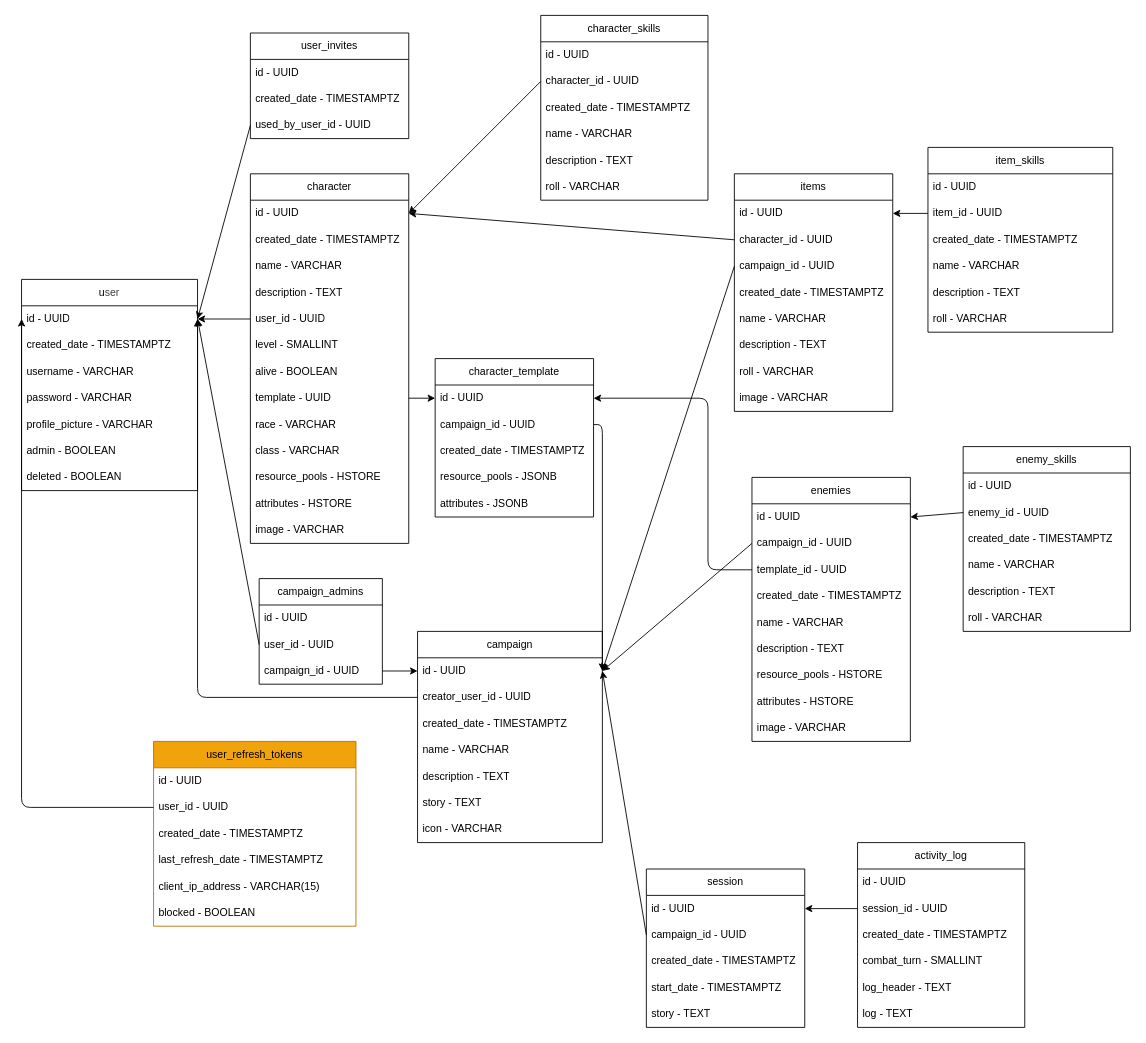
The draw.io diagram database/database.drawio in AlecSouthward/dragon-vault, before the edit. Source tidied: cells renumbered, new cells numbered last; positions are measured from the earlier drawing's top-left corner, leaving out a move shared by most shapes. Both pictures are drawn from the tidied source at 88%, with x=0, y=0 at pixel (21, 15).
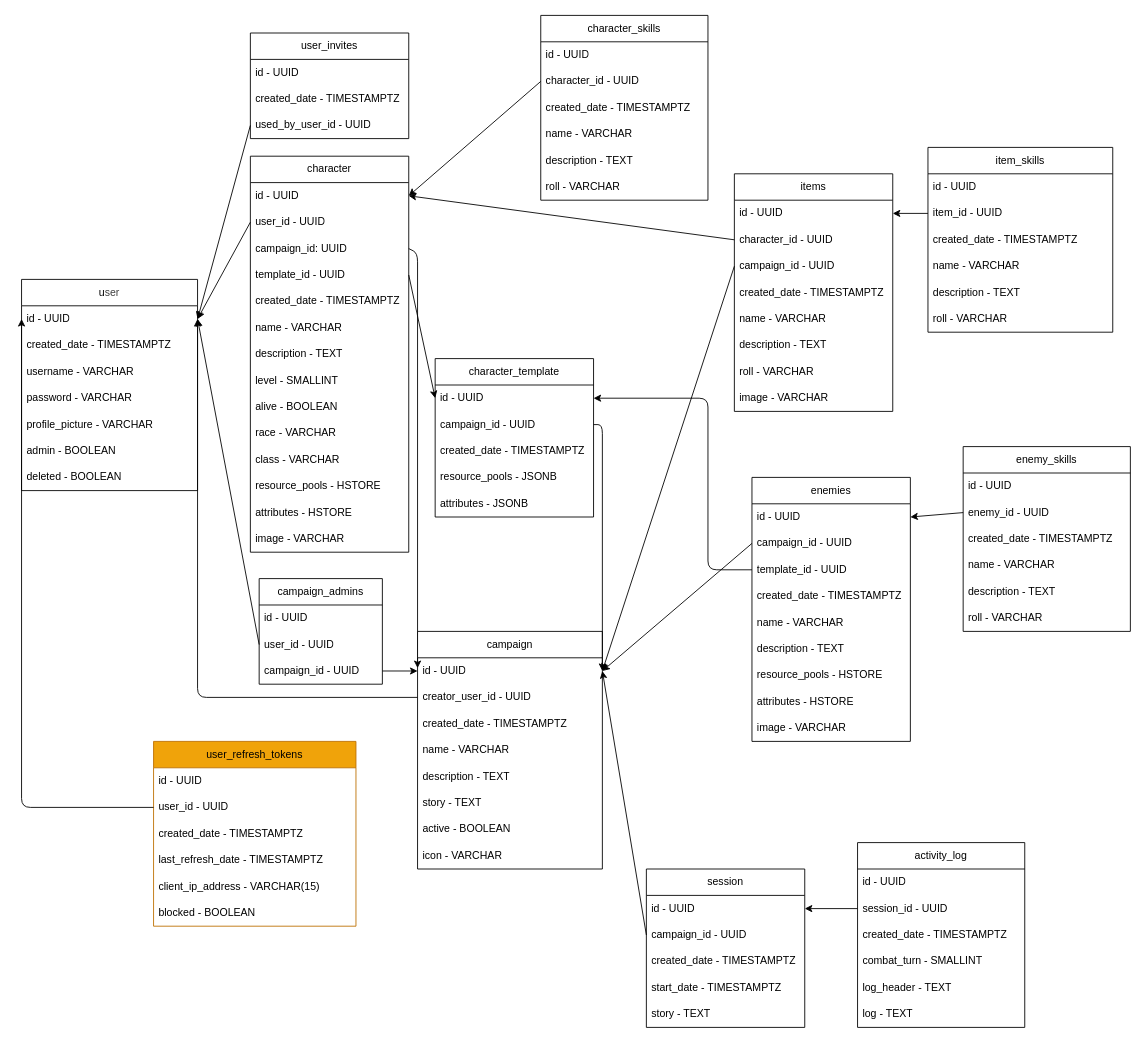
After the change.

Commit message (it also covers changes not shown here):
Fix/improve database schema and diagram

Change to the diagram source:
```diff
@@
     <mxCell id="10" value="character" style="swimlane;fontStyle=0;horizontal=1;startSize=30;whiteSpace=wrap;html=1;" parent="1" vertex="1">
-      <mxGeometry x="260" y="180" width="180" height="420" as="geometry" />
+      <mxGeometry x="260" y="160" width="180" height="450" as="geometry" />
     </mxCell>
@@
+    <mxCell id="15" value="user_id - UUID" style="text;strokeColor=none;fillColor=none;align=left;verticalAlign=middle;spacingLeft=4;spacingRight=4;overflow=hidden;points=[[0,0.5],[1,0.5]];portConstraint=eastwest;whiteSpace=wrap;html=1;" parent="10" vertex="1">
+      <mxGeometry y="60" width="180" height="30" as="geometry" />
+    </mxCell>
+    <mxCell id="123" style="edgeStyle=none;html=1;exitX=1;exitY=0.5;exitDx=0;exitDy=0;" parent="10" edge="1" source="124">
+      <mxGeometry relative="1" as="geometry">
+        <mxPoint x="190" y="581.7" as="targetPoint" />
+        <Array as="points">
+          <mxPoint x="190" y="110" />
+        </Array>
+      </mxGeometry>
+    </mxCell>
+    <mxCell id="124" value="campaign_id: UUID" style="text;strokeColor=none;fillColor=none;align=left;verticalAlign=middle;spacingLeft=4;spacingRight=4;overflow=hidden;points=[[0,0.5],[1,0.5]];portConstraint=eastwest;whiteSpace=wrap;html=1;" parent="10" vertex="1">
+      <mxGeometry y="90" width="180" height="30" as="geometry" />
+    </mxCell>
+    <mxCell id="18" value="template_id - UUID" style="text;strokeColor=none;fillColor=none;align=left;verticalAlign=middle;spacingLeft=4;spacingRight=4;overflow=hidden;points=[[0,0.5],[1,0.5]];portConstraint=eastwest;whiteSpace=wrap;html=1;" parent="10" vertex="1">
+      <mxGeometry y="120" width="180" height="30" as="geometry" />
+    </mxCell>
     <mxCell id="12" value="created_date - TIMESTAMPTZ" style="text;strokeColor=none;fillColor=none;align=left;verticalAlign=middle;spacingLeft=4;spacingRight=4;overflow=hidden;whiteSpace=wrap;html=1;" parent="10" vertex="1">
-      <mxGeometry y="60" width="180" height="30" as="geometry" />
+      <mxGeometry y="150" width="180" height="30" as="geometry" />
     </mxCell>
     <mxCell id="13" value="name - VARCHAR" style="text;strokeColor=none;fillColor=none;align=left;verticalAlign=middle;spacingLeft=4;spacingRight=4;overflow=hidden;whiteSpace=wrap;html=1;" parent="10" vertex="1">
-      <mxGeometry y="90" width="180" height="30" as="geometry" />
+      <mxGeometry y="180" width="180" height="30" as="geometry" />
     </mxCell>
     <mxCell id="14" value="description - TEXT" style="text;strokeColor=none;fillColor=none;align=left;verticalAlign=middle;spacingLeft=4;spacingRight=4;overflow=hidden;whiteSpace=wrap;html=1;" parent="10" vertex="1">
-      <mxGeometry y="120" width="180" height="30" as="geometry" />
+      <mxGeometry y="210" width="180" height="30" as="geometry" />
     </mxCell>
-    <mxCell id="15" value="user_id - UUID" style="text;strokeColor=none;fillColor=none;align=left;verticalAlign=middle;spacingLeft=4;spacingRight=4;overflow=hidden;points=[[0,0.5],[1,0.5]];portConstraint=eastwest;whiteSpace=wrap;html=1;" parent="10" vertex="1">
-      <mxGeometry y="150" width="180" height="30" as="geometry" />
-    </mxCell>
     <mxCell id="16" value="level - SMALLINT" style="text;strokeColor=none;fillColor=none;align=left;verticalAlign=middle;spacingLeft=4;spacingRight=4;overflow=hidden;whiteSpace=wrap;html=1;" parent="10" vertex="1">
-      <mxGeometry y="180" width="180" height="30" as="geometry" />
+      <mxGeometry y="240" width="180" height="30" as="geometry" />
     </mxCell>
     <mxCell id="17" value="alive - BOOLEAN" style="text;strokeColor=none;fillColor=none;align=left;verticalAlign=middle;spacingLeft=4;spacingRight=4;overflow=hidden;whiteSpace=wrap;html=1;" parent="10" vertex="1">
-      <mxGeometry y="210" width="180" height="30" as="geometry" />
+      <mxGeometry y="270" width="180" height="30" as="geometry" />
     </mxCell>
-    <mxCell id="18" value="template - UUID" style="text;strokeColor=none;fillColor=none;align=left;verticalAlign=middle;spacingLeft=4;spacingRight=4;overflow=hidden;points=[[0,0.5],[1,0.5]];portConstraint=eastwest;whiteSpace=wrap;html=1;" parent="10" vertex="1">
-      <mxGeometry y="240" width="180" height="30" as="geometry" />
-    </mxCell>
     <mxCell id="19" value="race - VARCHAR" style="text;strokeColor=none;fillColor=none;align=left;verticalAlign=middle;spacingLeft=4;spacingRight=4;overflow=hidden;whiteSpace=wrap;html=1;" parent="10" vertex="1">
-      <mxGeometry y="270" width="180" height="30" as="geometry" />
+      <mxGeometry y="300" width="180" height="30" as="geometry" />
     </mxCell>
     <mxCell id="20" value="class - VARCHAR" style="text;strokeColor=none;fillColor=none;align=left;verticalAlign=middle;spacingLeft=4;spacingRight=4;overflow=hidden;whiteSpace=wrap;html=1;" parent="10" vertex="1">
-      <mxGeometry y="300" width="180" height="30" as="geometry" />
+      <mxGeometry y="330" width="180" height="30" as="geometry" />
     </mxCell>
     <mxCell id="21" value="resource_pools - HSTORE" style="text;strokeColor=none;fillColor=none;align=left;verticalAlign=middle;spacingLeft=4;spacingRight=4;overflow=hidden;whiteSpace=wrap;html=1;" parent="10" vertex="1">
-      <mxGeometry y="330" width="180" height="30" as="geometry" />
+      <mxGeometry y="360" width="180" height="30" as="geometry" />
     </mxCell>
     <mxCell id="22" value="attributes - HSTORE" style="text;strokeColor=none;fillColor=none;align=left;verticalAlign=middle;spacingLeft=4;spacingRight=4;overflow=hidden;whiteSpace=wrap;html=1;" parent="10" vertex="1">
-      <mxGeometry y="360" width="180" height="30" as="geometry" />
+      <mxGeometry y="390" width="180" height="30" as="geometry" />
     </mxCell>
     <mxCell id="23" value="image - VARCHAR" style="text;strokeColor=none;fillColor=none;align=left;verticalAlign=middle;spacingLeft=4;spacingRight=4;overflow=hidden;whiteSpace=wrap;html=1;" parent="10" vertex="1">
-      <mxGeometry y="390" width="180" height="30" as="geometry" />
+      <mxGeometry y="420" width="180" height="30" as="geometry" />
     </mxCell>
@@
     <mxCell id="25" value="campaign" style="swimlane;fontStyle=0;horizontal=1;startSize=30;whiteSpace=wrap;html=1;" parent="1" vertex="1">
-      <mxGeometry x="450" y="700" width="210" height="240" as="geometry" />
+      <mxGeometry x="450" y="700" width="210" height="270" as="geometry" />
     </mxCell>
@@
+    <mxCell id="125" value="active - BOOLEAN" style="text;strokeColor=none;fillColor=none;align=left;verticalAlign=middle;spacingLeft=4;spacingRight=4;overflow=hidden;whiteSpace=wrap;html=1;" parent="25" vertex="1">
+      <mxGeometry y="210" width="210" height="30" as="geometry" />
+    </mxCell>
     <mxCell id="32" value="icon - VARCHAR" style="text;strokeColor=none;fillColor=none;align=left;verticalAlign=middle;spacingLeft=4;spacingRight=4;overflow=hidden;whiteSpace=wrap;html=1;" parent="25" vertex="1">
-      <mxGeometry y="210" width="210" height="30" as="geometry" />
+      <mxGeometry y="240" width="210" height="30" as="geometry" />
     </mxCell>
```
